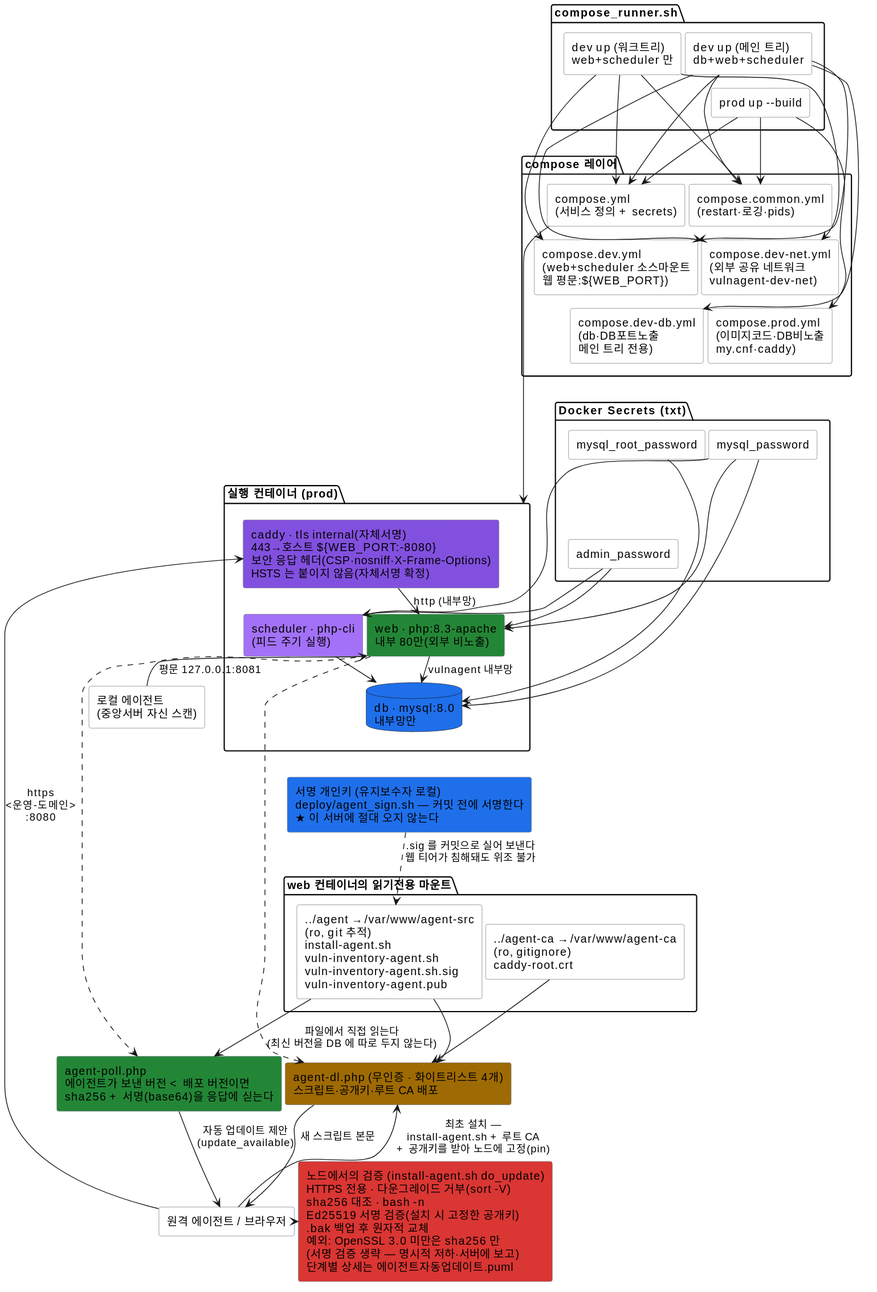
Above: docs/specs/diagrams/배포구성.svg in JeongDoWook/vuln-agent (PlantUML), before the change.
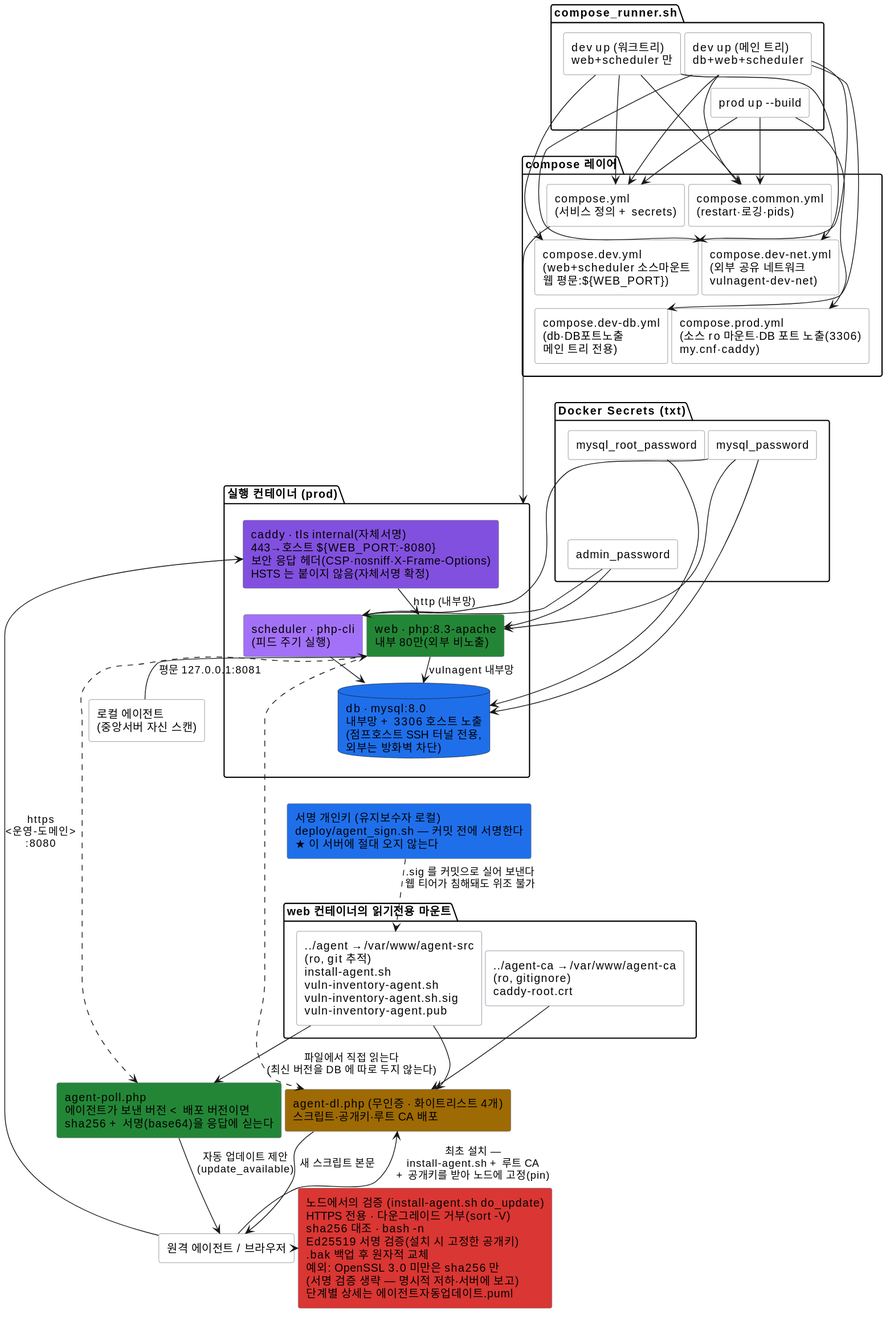
Above is the later version.

What changed in the source:
```diff
@@ -22,7 +22,7 @@
     rectangle "compose.dev.yml\n(web+scheduler 소스마운트\n웹 평문:${WEB_PORT})" as FD
     rectangle "compose.dev-db.yml\n(db·DB포트노출\n메인 트리 전용)" as FDB
     rectangle "compose.dev-net.yml\n(외부 공유 네트워크\nvulnagent-dev-net)" as FN
-    rectangle "compose.prod.yml\n(이미지코드·DB비노출\nmy.cnf·caddy)" as FP
+    rectangle "compose.prod.yml\n(소스 ro 마운트·DB 포트 노출(3306)\nmy.cnf·caddy)" as FP
 }
 
 package "Docker Secrets (txt)" as Secrets {
@@ -35,7 +35,7 @@
     rectangle "caddy · tls internal(자체서명)\n443→호스트 ${WEB_PORT:-8080}\n보안 응답 헤더(CSP·nosniff·X-Frame-Options)\nHSTS 는 붙이지 않음(자체서명 확정)" as CADDY #8250df
     rectangle "web · php:8.3-apache\n내부 80만(외부 비노출)" as WC #238636
     rectangle "scheduler · php-cli\n(피드 주기 실행)" as SCH #a371f7
-    database "db · mysql:8.0\n내부망만" as DC #1f6feb
+    database "db · mysql:8.0\n내부망 + 3306 호스트 노출\n(점프호스트 SSH 터널 전용,\n외부는 방화벽 차단)" as DC #1f6feb
 }
 
 R1 --> F0
```
